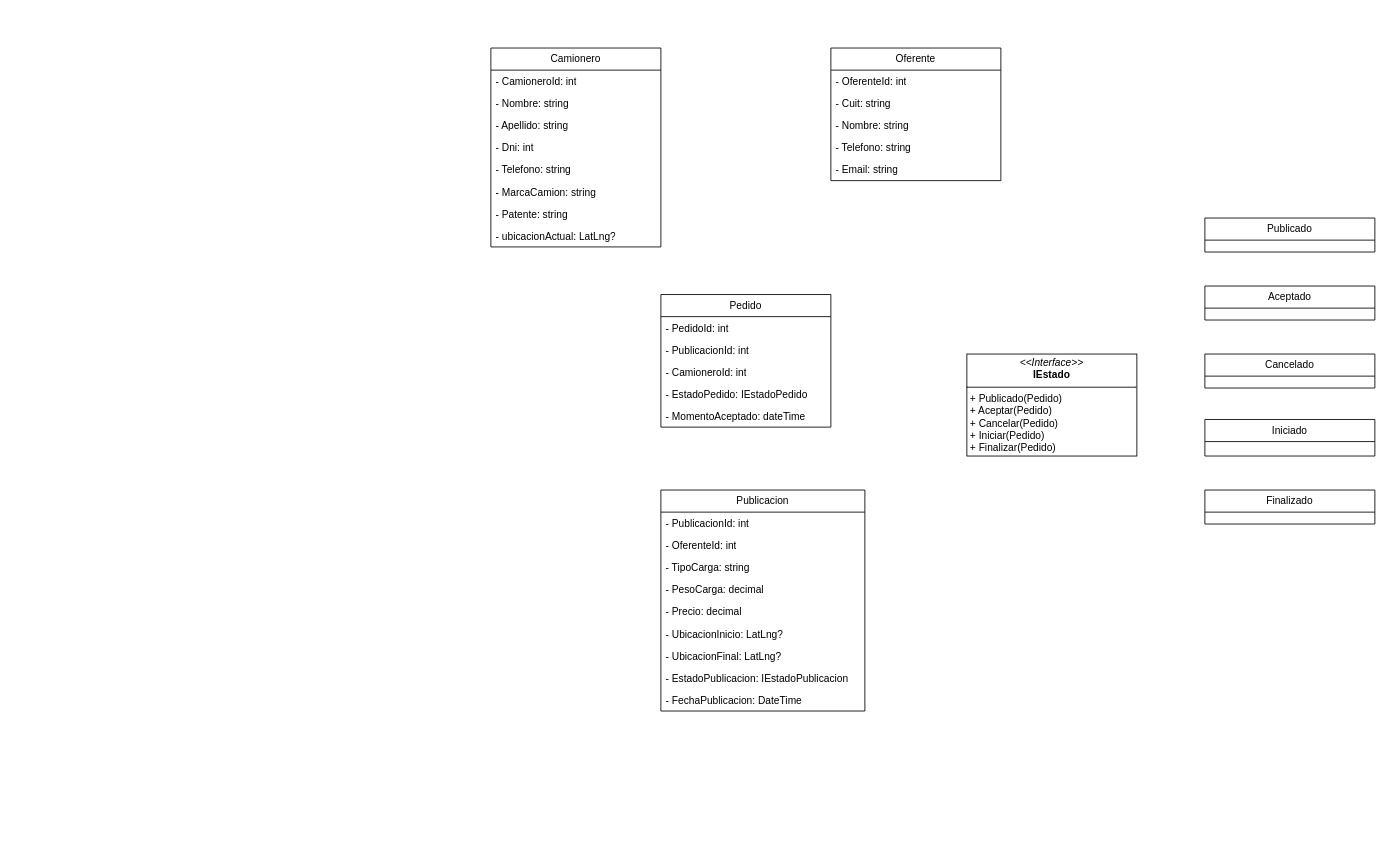
Before: CargaGO.drawio in Francisco-Galea/Diagramas-y-Otros, a draw.io diagram. Source tidied: cells renumbered, new cells numbered last; positions are measured from the earlier drawing's top-left corner, leaving out a move shared by most shapes. Both pictures are drawn from the tidied source at 85%, with x=0, y=0 at pixel (490, 48).
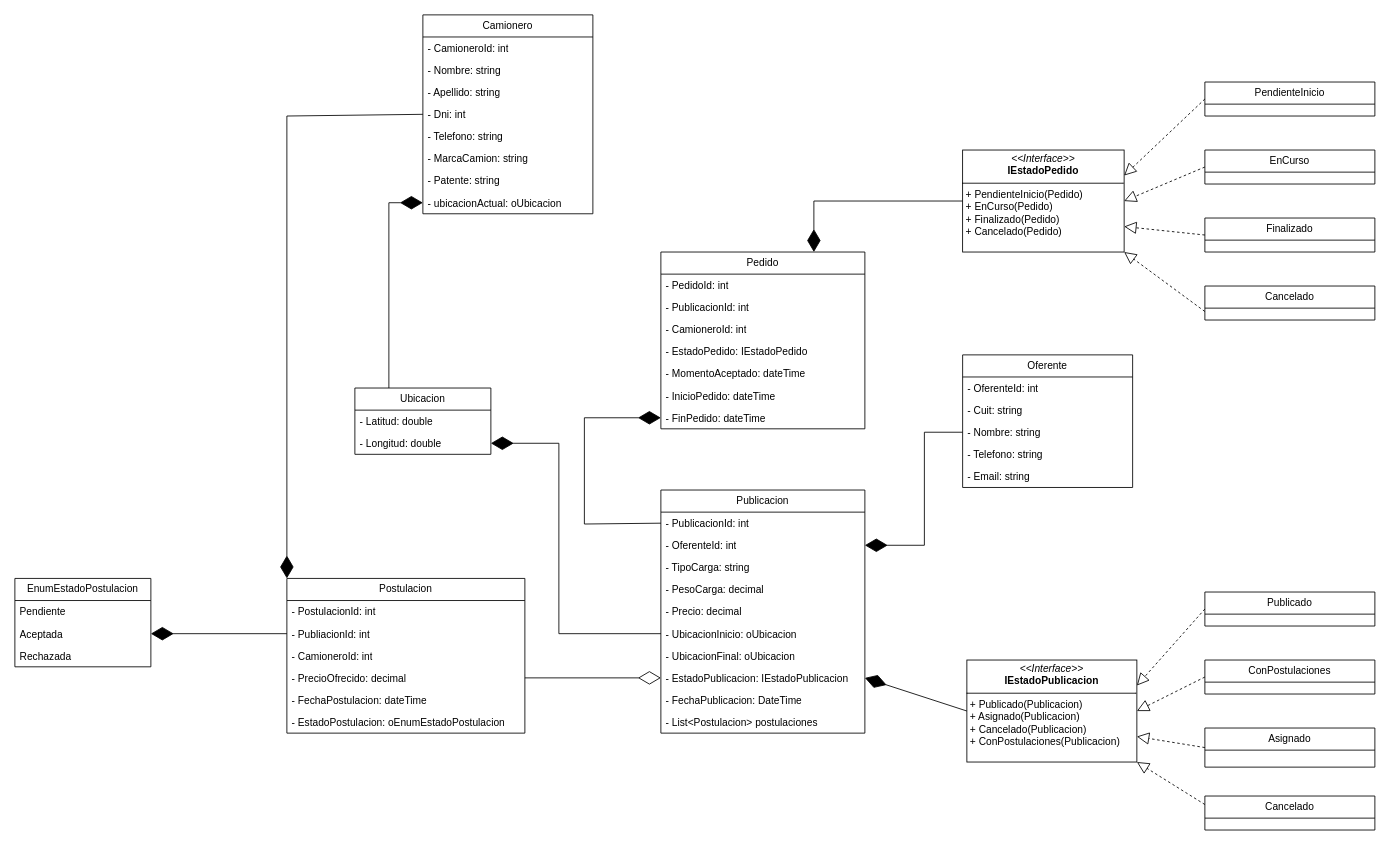
The same page after the edit.

Unchanged cells that the change refers to:
```xml
<mxCell id="6" value="- Dni: int" style="text;strokeColor=none;fillColor=none;align=left;verticalAlign=top;spacingLeft=4;spacingRight=4;overflow=hidden;points=[[0,0.5],[1,0.5]];portConstraint=eastwest;whiteSpace=wrap;html=1;" parent="2" vertex="1">
  <mxGeometry y="104" width="200" height="26" as="geometry" />
</mxCell>
<mxCell id="14" value="- Nombre: string" style="text;strokeColor=none;fillColor=none;align=left;verticalAlign=top;spacingLeft=4;spacingRight=4;overflow=hidden;points=[[0,0.5],[1,0.5]];portConstraint=eastwest;whiteSpace=wrap;html=1;" parent="11" vertex="1">
  <mxGeometry y="78" width="200" height="26" as="geometry" />
</mxCell>
<mxCell id="18" value="- PublicacionId: int" style="text;strokeColor=none;fillColor=none;align=left;verticalAlign=top;spacingLeft=4;spacingRight=4;overflow=hidden;points=[[0,0.5],[1,0.5]];portConstraint=eastwest;whiteSpace=wrap;html=1;" parent="17" vertex="1">
  <mxGeometry y="26" width="240" height="26" as="geometry" />
</mxCell>
<mxCell id="19" value="- OferenteId: int" style="text;strokeColor=none;fillColor=none;align=left;verticalAlign=top;spacingLeft=4;spacingRight=4;overflow=hidden;points=[[0,0.5],[1,0.5]];portConstraint=eastwest;whiteSpace=wrap;html=1;" parent="17" vertex="1">
  <mxGeometry y="52" width="240" height="26" as="geometry" />
</mxCell>
<mxCell id="25" value="- EstadoPublicacion: IEstadoPublicacion" style="text;strokeColor=none;fillColor=none;align=left;verticalAlign=top;spacingLeft=4;spacingRight=4;overflow=hidden;points=[[0,0.5],[1,0.5]];portConstraint=eastwest;whiteSpace=wrap;html=1;" parent="17" vertex="1">
  <mxGeometry y="208" width="240" height="26" as="geometry" />
</mxCell>
```

Diff of the diagram source:
```diff
@@
     <mxCell id="2" value="Camionero" style="swimlane;fontStyle=0;horizontal=1;startSize=26;fillColor=none;whiteSpace=wrap;html=1;" parent="1" vertex="1">
-      <mxGeometry width="200" height="234" as="geometry" />
+      <mxGeometry x="-80" y="-39" width="200" height="234" as="geometry" />
     </mxCell>
@@
-    <mxCell id="10" value="- ubicacionActual: LatLng?" style="text;strokeColor=none;fillColor=none;align=left;verticalAlign=top;spacingLeft=4;spacingRight=4;overflow=hidden;points=[[0,0.5],[1,0.5]];portConstraint=eastwest;whiteSpace=wrap;html=1;" parent="2" vertex="1">
+    <mxCell id="10" value="- ubicacionActual: oUbicacion" style="text;strokeColor=none;fillColor=none;align=left;verticalAlign=top;spacingLeft=4;spacingRight=4;overflow=hidden;points=[[0,0.5],[1,0.5]];portConstraint=eastwest;whiteSpace=wrap;html=1;" parent="2" vertex="1">
       <mxGeometry y="208" width="200" height="26" as="geometry" />
     </mxCell>
     <mxCell id="11" value="Oferente" style="swimlane;fontStyle=0;horizontal=1;startSize=26;fillColor=none;whiteSpace=wrap;html=1;" parent="1" vertex="1">
-      <mxGeometry x="400" width="200" height="156" as="geometry" />
+      <mxGeometry x="555" y="361" width="200" height="156" as="geometry" />
     </mxCell>
@@
     <mxCell id="17" value="Publicacion" style="swimlane;fontStyle=0;horizontal=1;startSize=26;fillColor=none;whiteSpace=wrap;html=1;" parent="1" vertex="1">
-      <mxGeometry x="200" y="520" width="240" height="260" as="geometry" />
+      <mxGeometry x="200" y="520" width="240" height="286" as="geometry" />
     </mxCell>
@@
-    <mxCell id="23" value="- UbicacionInicio: LatLng?" style="text;strokeColor=none;fillColor=none;align=left;verticalAlign=top;spacingLeft=4;spacingRight=4;overflow=hidden;points=[[0,0.5],[1,0.5]];portConstraint=eastwest;whiteSpace=wrap;html=1;" parent="17" vertex="1">
+    <mxCell id="23" value="- UbicacionInicio: oUbicacion" style="text;strokeColor=none;fillColor=none;align=left;verticalAlign=top;spacingLeft=4;spacingRight=4;overflow=hidden;points=[[0,0.5],[1,0.5]];portConstraint=eastwest;whiteSpace=wrap;html=1;" parent="17" vertex="1">
       <mxGeometry y="156" width="240" height="26" as="geometry" />
     </mxCell>
-    <mxCell id="24" value="- UbicacionFinal: LatLng?" style="text;strokeColor=none;fillColor=none;align=left;verticalAlign=top;spacingLeft=4;spacingRight=4;overflow=hidden;whiteSpace=wrap;html=1;" parent="17" vertex="1">
+    <mxCell id="24" value="- UbicacionFinal: oUbicacion" style="text;strokeColor=none;fillColor=none;align=left;verticalAlign=top;spacingLeft=4;spacingRight=4;overflow=hidden;whiteSpace=wrap;html=1;" parent="17" vertex="1">
       <mxGeometry y="182" width="240" height="26" as="geometry" />
     </mxCell>
@@
+    <mxCell id="39" value="- List&amp;lt;Postulacion&amp;gt; postulaciones" style="text;strokeColor=none;fillColor=none;align=left;verticalAlign=top;spacingLeft=4;spacingRight=4;overflow=hidden;whiteSpace=wrap;html=1;" parent="17" vertex="1">
+      <mxGeometry y="260" width="240" height="26" as="geometry" />
+    </mxCell>
-    <mxCell id="27" value="&lt;p style=&quot;margin:0px;margin-top:4px;text-align:center;&quot;&gt;&lt;i&gt;&amp;lt;&amp;lt;Interface&amp;gt;&amp;gt;&lt;/i&gt;&lt;br&gt;&lt;b&gt;IEstado&lt;/b&gt;&lt;/p&gt;&lt;hr size=&quot;1&quot; style=&quot;border-style:solid;&quot;&gt;&lt;p style=&quot;margin:0px;margin-left:4px;&quot;&gt;+ Publicado(Pedido)&lt;br&gt;&lt;/p&gt;&lt;p style=&quot;margin:0px;margin-left:4px;&quot;&gt;+ Aceptar(Pedido)&lt;/p&gt;&lt;p style=&quot;margin:0px;margin-left:4px;&quot;&gt;+ Cancelar(Pedido)&lt;/p&gt;&lt;p style=&quot;margin:0px;margin-left:4px;&quot;&gt;+ Iniciar(Pedido)&lt;/p&gt;&lt;p style=&quot;margin:0px;margin-left:4px;&quot;&gt;+ Finalizar(Pedido)&lt;/p&gt;&lt;p style=&quot;margin:0px;margin-left:4px;&quot;&gt;&lt;br&gt;&lt;/p&gt;" style="verticalAlign=top;align=left;overflow=fill;html=1;whiteSpace=wrap;" parent="1" vertex="1">
-      <mxGeometry x="560" y="360" width="200" height="120" as="geometry" />
+    <mxCell id="27" value="&lt;p style=&quot;margin:0px;margin-top:4px;text-align:center;&quot;&gt;&lt;i&gt;&amp;lt;&amp;lt;Interface&amp;gt;&amp;gt;&lt;/i&gt;&lt;br&gt;&lt;b&gt;IEstadoPublicacion&lt;/b&gt;&lt;/p&gt;&lt;hr size=&quot;1&quot; style=&quot;border-style:solid;&quot;&gt;&lt;p style=&quot;margin:0px;margin-left:4px;&quot;&gt;+ Publicado(Publicacion)&lt;br&gt;&lt;/p&gt;&lt;p style=&quot;margin:0px;margin-left:4px;&quot;&gt;+ Asignado(Publicacion)&lt;/p&gt;&lt;p style=&quot;margin:0px;margin-left:4px;&quot;&gt;+ Cancelado(Publicacion)&lt;/p&gt;&lt;p style=&quot;margin:0px;margin-left:4px;&quot;&gt;+ ConPostulaciones(Publicacion)&lt;/p&gt;&lt;p style=&quot;margin:0px;margin-left:4px;&quot;&gt;&lt;br&gt;&lt;/p&gt;" style="verticalAlign=top;align=left;overflow=fill;html=1;whiteSpace=wrap;" parent="1" vertex="1">
+      <mxGeometry x="560" y="720" width="200" height="120" as="geometry" />
     </mxCell>
     <mxCell id="28" value="Publicado" style="swimlane;fontStyle=0;horizontal=1;startSize=26;fillColor=none;whiteSpace=wrap;html=1;" parent="1" vertex="1">
-      <mxGeometry x="840" y="200" width="200" height="40" as="geometry" />
+      <mxGeometry x="840" y="640" width="200" height="40" as="geometry" />
     </mxCell>
-    <mxCell id="29" value="Aceptado" style="swimlane;fontStyle=0;horizontal=1;startSize=26;fillColor=none;whiteSpace=wrap;html=1;" parent="1" vertex="1">
-      <mxGeometry x="840" y="280" width="200" height="40" as="geometry" />
-    </mxCell>
     <mxCell id="30" value="Cancelado" style="swimlane;fontStyle=0;horizontal=1;startSize=26;fillColor=none;whiteSpace=wrap;html=1;" parent="1" vertex="1">
-      <mxGeometry x="840" y="360" width="200" height="40" as="geometry" />
+      <mxGeometry x="840" y="880" width="200" height="40" as="geometry" />
     </mxCell>
-    <mxCell id="31" value="Iniciado" style="swimlane;fontStyle=0;horizontal=1;startSize=26;fillColor=none;whiteSpace=wrap;html=1;" parent="1" vertex="1">
-      <mxGeometry x="840" y="437" width="200" height="43" as="geometry" />
-    </mxCell>
-    <mxCell id="32" value="Finalizado" style="swimlane;fontStyle=0;horizontal=1;startSize=26;fillColor=none;whiteSpace=wrap;html=1;" parent="1" vertex="1">
-      <mxGeometry x="840" y="520" width="200" height="40" as="geometry" />
-    </mxCell>
     <mxCell id="33" value="Pedido" style="swimlane;fontStyle=0;horizontal=1;startSize=26;fillColor=none;whiteSpace=wrap;html=1;" parent="1" vertex="1">
-      <mxGeometry x="200" y="290" width="200" height="156" as="geometry" />
+      <mxGeometry x="200" y="240" width="240" height="208" as="geometry" />
     </mxCell>
     <mxCell id="34" value="- PedidoId: int" style="text;strokeColor=none;fillColor=none;align=left;verticalAlign=top;spacingLeft=4;spacingRight=4;overflow=hidden;whiteSpace=wrap;html=1;" parent="33" vertex="1">
-      <mxGeometry y="26" width="200" height="26" as="geometry" />
+      <mxGeometry y="26" width="240" height="26" as="geometry" />
     </mxCell>
     <mxCell id="35" value="- PublicacionId: int" style="text;strokeColor=none;fillColor=none;align=left;verticalAlign=top;spacingLeft=4;spacingRight=4;overflow=hidden;whiteSpace=wrap;html=1;" parent="33" vertex="1">
-      <mxGeometry y="52" width="200" height="26" as="geometry" />
+      <mxGeometry y="52" width="240" height="26" as="geometry" />
     </mxCell>
     <mxCell id="36" value="- CamioneroId: int" style="text;strokeColor=none;fillColor=none;align=left;verticalAlign=top;spacingLeft=4;spacingRight=4;overflow=hidden;whiteSpace=wrap;html=1;" parent="33" vertex="1">
-      <mxGeometry y="78" width="200" height="26" as="geometry" />
+      <mxGeometry y="78" width="240" height="26" as="geometry" />
     </mxCell>
     <mxCell id="37" value="- EstadoPedido: IEstadoPedido" style="text;strokeColor=none;fillColor=none;align=left;verticalAlign=top;spacingLeft=4;spacingRight=4;overflow=hidden;whiteSpace=wrap;html=1;" parent="33" vertex="1">
-      <mxGeometry y="104" width="200" height="26" as="geometry" />
+      <mxGeometry y="104" width="240" height="26" as="geometry" />
     </mxCell>
     <mxCell id="38" value="- MomentoAceptado: dateTime" style="text;strokeColor=none;fillColor=none;align=left;verticalAlign=top;spacingLeft=4;spacingRight=4;overflow=hidden;whiteSpace=wrap;html=1;" parent="33" vertex="1">
-      <mxGeometry y="130" width="200" height="26" as="geometry" />
+      <mxGeometry y="130" width="240" height="26" as="geometry" />
     </mxCell>
+    <mxCell id="40" value="- InicioPedido: dateTime" style="text;strokeColor=none;fillColor=none;align=left;verticalAlign=top;spacingLeft=4;spacingRight=4;overflow=hidden;whiteSpace=wrap;html=1;" parent="33" vertex="1">
+      <mxGeometry y="156" width="240" height="26" as="geometry" />
+    </mxCell>
+    <mxCell id="41" value="- FinPedido: dateTime" style="text;strokeColor=none;fillColor=none;align=left;verticalAlign=top;spacingLeft=4;spacingRight=4;overflow=hidden;points=[[0,0.5],[1,0.5]];portConstraint=eastwest;whiteSpace=wrap;html=1;" parent="33" vertex="1">
+      <mxGeometry y="182" width="240" height="26" as="geometry" />
+    </mxCell>
+    <mxCell id="42" value="Postulacion" style="swimlane;fontStyle=0;horizontal=1;startSize=26;fillColor=none;whiteSpace=wrap;html=1;" parent="1" vertex="1">
+      <mxGeometry x="-240" y="624" width="280" height="182" as="geometry" />
+    </mxCell>
+    <mxCell id="43" value="- PostulacionId: int" style="text;strokeColor=none;fillColor=none;align=left;verticalAlign=top;spacingLeft=4;spacingRight=4;overflow=hidden;whiteSpace=wrap;html=1;" parent="42" vertex="1">
+      <mxGeometry y="26" width="280" height="26" as="geometry" />
+    </mxCell>
+    <mxCell id="44" value="- PubliacionId: int" style="text;strokeColor=none;fillColor=none;align=left;verticalAlign=top;spacingLeft=4;spacingRight=4;overflow=hidden;points=[[0,0.5],[1,0.5]];portConstraint=eastwest;whiteSpace=wrap;html=1;" parent="42" vertex="1">
+      <mxGeometry y="52" width="280" height="26" as="geometry" />
+    </mxCell>
+    <mxCell id="45" value="- CamioneroId: int" style="text;strokeColor=none;fillColor=none;align=left;verticalAlign=top;spacingLeft=4;spacingRight=4;overflow=hidden;whiteSpace=wrap;html=1;" parent="42" vertex="1">
+      <mxGeometry y="78" width="280" height="26" as="geometry" />
+    </mxCell>
+    <mxCell id="46" value="- PrecioOfrecido: decimal" style="text;strokeColor=none;fillColor=none;align=left;verticalAlign=top;spacingLeft=4;spacingRight=4;overflow=hidden;points=[[0,0.5],[1,0.5]];portConstraint=eastwest;whiteSpace=wrap;html=1;" parent="42" vertex="1">
+      <mxGeometry y="104" width="280" height="26" as="geometry" />
+    </mxCell>
+    <mxCell id="47" value="- FechaPostulacion: dateTime" style="text;strokeColor=none;fillColor=none;align=left;verticalAlign=top;spacingLeft=4;spacingRight=4;overflow=hidden;whiteSpace=wrap;html=1;" parent="42" vertex="1">
+      <mxGeometry y="130" width="280" height="26" as="geometry" />
+    </mxCell>
+    <mxCell id="48" value="- EstadoPostulacion: oEnumEstadoPostulacion" style="text;strokeColor=none;fillColor=none;align=left;verticalAlign=top;spacingLeft=4;spacingRight=4;overflow=hidden;whiteSpace=wrap;html=1;" parent="42" vertex="1">
+      <mxGeometry y="156" width="280" height="26" as="geometry" />
+    </mxCell>
+    <mxCell id="49" value="Ubicacion" style="swimlane;fontStyle=0;horizontal=1;startSize=26;fillColor=none;whiteSpace=wrap;html=1;" parent="1" vertex="1">
+      <mxGeometry x="-160" y="400" width="160" height="78" as="geometry" />
+    </mxCell>
+    <mxCell id="50" value="- Latitud: double" style="text;strokeColor=none;fillColor=none;align=left;verticalAlign=top;spacingLeft=4;spacingRight=4;overflow=hidden;whiteSpace=wrap;html=1;" parent="49" vertex="1">
+      <mxGeometry y="26" width="160" height="26" as="geometry" />
+    </mxCell>
+    <mxCell id="51" value="- Longitud: double" style="text;strokeColor=none;fillColor=none;align=left;verticalAlign=top;spacingLeft=4;spacingRight=4;overflow=hidden;points=[[0,0.5],[1,0.5]];portConstraint=eastwest;whiteSpace=wrap;html=1;" parent="49" vertex="1">
+      <mxGeometry y="52" width="160" height="26" as="geometry" />
+    </mxCell>
+    <mxCell id="52" value="ConPostulaciones" style="swimlane;fontStyle=0;horizontal=1;startSize=26;fillColor=none;whiteSpace=wrap;html=1;" parent="1" vertex="1">
+      <mxGeometry x="840" y="720" width="200" height="40" as="geometry" />
+    </mxCell>
+    <mxCell id="53" value="Asignado" style="swimlane;fontStyle=0;horizontal=1;startSize=26;fillColor=none;whiteSpace=wrap;html=1;" parent="1" vertex="1">
+      <mxGeometry x="840" y="800" width="200" height="46" as="geometry" />
+    </mxCell>
+    <mxCell id="54" value="&lt;p style=&quot;margin:0px;margin-top:4px;text-align:center;&quot;&gt;&lt;i&gt;&amp;lt;&amp;lt;Interface&amp;gt;&amp;gt;&lt;/i&gt;&lt;br&gt;&lt;b&gt;IEstadoPedido&lt;/b&gt;&lt;/p&gt;&lt;hr size=&quot;1&quot; style=&quot;border-style:solid;&quot;&gt;&lt;p style=&quot;margin:0px;margin-left:4px;&quot;&gt;+ PendienteInicio(Pedido)&lt;/p&gt;&lt;p style=&quot;margin:0px;margin-left:4px;&quot;&gt;+ EnCurso(Pedido)&lt;/p&gt;&lt;p style=&quot;margin:0px;margin-left:4px;&quot;&gt;+ Finalizado(Pedido)&lt;/p&gt;&lt;p style=&quot;margin:0px;margin-left:4px;&quot;&gt;+ Cancelado(Pedido)&lt;/p&gt;" style="verticalAlign=top;align=left;overflow=fill;html=1;whiteSpace=wrap;" parent="1" vertex="1">
+      <mxGeometry x="555" y="120" width="190" height="120" as="geometry" />
+    </mxCell>
+    <mxCell id="55" value="EnCurso" style="swimlane;fontStyle=0;horizontal=1;startSize=26;fillColor=none;whiteSpace=wrap;html=1;" parent="1" vertex="1">
+      <mxGeometry x="840" y="120" width="200" height="40" as="geometry" />
+    </mxCell>
+    <mxCell id="56" value="PendienteInicio" style="swimlane;fontStyle=0;horizontal=1;startSize=26;fillColor=none;whiteSpace=wrap;html=1;" parent="1" vertex="1">
+      <mxGeometry x="840" y="40" width="200" height="40" as="geometry" />
+    </mxCell>
+    <mxCell id="32" value="Finalizado" style="swimlane;fontStyle=0;horizontal=1;startSize=26;fillColor=none;whiteSpace=wrap;html=1;" parent="1" vertex="1">
+      <mxGeometry x="840" y="200" width="200" height="40" as="geometry" />
+    </mxCell>
+    <mxCell id="57" value="Cancelado" style="swimlane;fontStyle=0;horizontal=1;startSize=26;fillColor=none;whiteSpace=wrap;html=1;" parent="1" vertex="1">
+      <mxGeometry x="840" y="280" width="200" height="40" as="geometry" />
+    </mxCell>
+    <mxCell id="58" value="EnumEstadoPostulacion" style="swimlane;fontStyle=0;horizontal=1;startSize=26;fillColor=none;whiteSpace=wrap;html=1;" parent="1" vertex="1">
+      <mxGeometry x="-560" y="624" width="160" height="104" as="geometry" />
+    </mxCell>
+    <mxCell id="59" value="Pendiente" style="text;strokeColor=none;fillColor=none;align=left;verticalAlign=top;spacingLeft=4;spacingRight=4;overflow=hidden;whiteSpace=wrap;html=1;" parent="58" vertex="1">
+      <mxGeometry y="26" width="160" height="26" as="geometry" />
+    </mxCell>
+    <mxCell id="60" value="Aceptada" style="text;strokeColor=none;fillColor=none;align=left;verticalAlign=top;spacingLeft=4;spacingRight=4;overflow=hidden;points=[[0,0.5],[1,0.5]];portConstraint=eastwest;whiteSpace=wrap;html=1;" parent="58" vertex="1">
+      <mxGeometry y="52" width="160" height="26" as="geometry" />
+    </mxCell>
+    <mxCell id="61" value="Rechazada" style="text;strokeColor=none;fillColor=none;align=left;verticalAlign=top;spacingLeft=4;spacingRight=4;overflow=hidden;whiteSpace=wrap;html=1;" parent="58" vertex="1">
+      <mxGeometry y="78" width="160" height="26" as="geometry" />
+    </mxCell>
+    <mxCell id="62" style="endArrow=diamondThin;endFill=1;endSize=24;html=1;rounded=0;entryX=1;entryY=0.5;entryDx=0;entryDy=0;exitX=0;exitY=0.5;exitDx=0;exitDy=0;" parent="1" edge="1" source="44" target="60">
+      <mxGeometry relative="1" as="geometry" />
+    </mxCell>
+    <mxCell id="63" style="endArrow=diamondThin;endFill=0;endSize=24;html=1;rounded=0;entryX=0;entryY=0.5;entryDx=0;entryDy=0;exitX=1;exitY=0.5;exitDx=0;exitDy=0;" parent="1" edge="1" source="46" target="25">
+      <mxGeometry relative="1" as="geometry" />
+    </mxCell>
+    <mxCell id="64" style="endArrow=diamondThin;endFill=1;endSize=24;html=1;rounded=0;entryX=0;entryY=0.5;entryDx=0;entryDy=0;exitX=0;exitY=0.5;exitDx=0;exitDy=0;" parent="1" edge="1" source="18" target="41">
+      <mxGeometry relative="1" as="geometry">
+        <Array as="points">
+          <mxPoint x="110" y="560" />
+          <mxPoint x="110" y="435" />
+        </Array>
+      </mxGeometry>
+    </mxCell>
+    <mxCell id="65" style="endArrow=diamondThin;endFill=1;endSize=24;html=1;rounded=0;entryX=0.75;entryY=0;entryDx=0;entryDy=0;exitX=0;exitY=0.5;exitDx=0;exitDy=0;" parent="1" edge="1" source="54" target="33">
+      <mxGeometry relative="1" as="geometry">
+        <Array as="points">
+          <mxPoint x="380" y="180" />
+        </Array>
+      </mxGeometry>
+    </mxCell>
+    <mxCell id="66" style="endArrow=block;dashed=1;endFill=0;endSize=12;html=1;rounded=0;entryX=1;entryY=0.25;entryDx=0;entryDy=0;exitX=0;exitY=0.5;exitDx=0;exitDy=0;" parent="1" edge="1" source="56" target="54">
+      <mxGeometry relative="1" as="geometry" />
+    </mxCell>
+    <mxCell id="67" style="endArrow=block;dashed=1;endFill=0;endSize=12;html=1;rounded=0;entryX=1;entryY=0.5;entryDx=0;entryDy=0;exitX=0;exitY=0.5;exitDx=0;exitDy=0;" parent="1" edge="1" source="55" target="54">
+      <mxGeometry relative="1" as="geometry" />
+    </mxCell>
+    <mxCell id="68" style="endArrow=block;dashed=1;endFill=0;endSize=12;html=1;rounded=0;entryX=1;entryY=0.75;entryDx=0;entryDy=0;exitX=0;exitY=0.5;exitDx=0;exitDy=0;" parent="1" edge="1" source="32" target="54">
+      <mxGeometry relative="1" as="geometry" />
+    </mxCell>
+    <mxCell id="69" style="endArrow=block;dashed=1;endFill=0;endSize=12;html=1;rounded=0;exitX=0;exitY=0.75;exitDx=0;exitDy=0;entryX=1;entryY=1;entryDx=0;entryDy=0;" parent="1" edge="1" source="57" target="54">
+      <mxGeometry relative="1" as="geometry" />
+    </mxCell>
+    <mxCell id="70" style="endArrow=diamondThin;endFill=1;endSize=24;html=1;rounded=0;entryX=1;entryY=0.5;entryDx=0;entryDy=0;exitX=0;exitY=0.5;exitDx=0;exitDy=0;" parent="1" edge="1" source="27" target="25">
+      <mxGeometry relative="1" as="geometry" />
+    </mxCell>
+    <mxCell id="71" style="endArrow=block;dashed=1;endFill=0;endSize=12;html=1;rounded=0;exitX=0;exitY=0.25;exitDx=0;exitDy=0;entryX=1;entryY=1;entryDx=0;entryDy=0;" parent="1" edge="1" source="30" target="27">
+      <mxGeometry relative="1" as="geometry" />
+    </mxCell>
+    <mxCell id="72" style="endArrow=block;dashed=1;endFill=0;endSize=12;html=1;rounded=0;exitX=0;exitY=0.5;exitDx=0;exitDy=0;entryX=1;entryY=0.75;entryDx=0;entryDy=0;" parent="1" edge="1" source="53" target="27">
+      <mxGeometry relative="1" as="geometry" />
+    </mxCell>
+    <mxCell id="73" style="endArrow=block;dashed=1;endFill=0;endSize=12;html=1;rounded=0;exitX=0;exitY=0.5;exitDx=0;exitDy=0;entryX=1;entryY=0.5;entryDx=0;entryDy=0;" parent="1" edge="1" source="52" target="27">
+      <mxGeometry relative="1" as="geometry" />
+    </mxCell>
+    <mxCell id="74" style="endArrow=block;dashed=1;endFill=0;endSize=12;html=1;rounded=0;exitX=0;exitY=0.5;exitDx=0;exitDy=0;entryX=1;entryY=0.25;entryDx=0;entryDy=0;" parent="1" edge="1" source="28" target="27">
+      <mxGeometry relative="1" as="geometry" />
+    </mxCell>
+    <mxCell id="75" style="endArrow=diamondThin;endFill=1;endSize=24;html=1;rounded=0;entryX=1;entryY=0.5;entryDx=0;entryDy=0;exitX=0;exitY=0.5;exitDx=0;exitDy=0;" parent="1" edge="1" source="23" target="51">
+      <mxGeometry relative="1" as="geometry">
+        <Array as="points">
+          <mxPoint x="80" y="689" />
+          <mxPoint x="80" y="465" />
+        </Array>
+      </mxGeometry>
+    </mxCell>
+    <mxCell id="76" style="endArrow=diamondThin;endFill=1;endSize=24;html=1;rounded=0;entryX=0;entryY=0.5;entryDx=0;entryDy=0;exitX=0.25;exitY=0;exitDx=0;exitDy=0;" parent="1" edge="1" source="49" target="10">
+      <mxGeometry relative="1" as="geometry">
+        <Array as="points">
+          <mxPoint x="-120" y="182" />
+        </Array>
+      </mxGeometry>
+    </mxCell>
+    <mxCell id="77" style="endArrow=diamondThin;endFill=1;endSize=24;html=1;rounded=0;entryX=1;entryY=0.5;entryDx=0;entryDy=0;exitX=0;exitY=0.5;exitDx=0;exitDy=0;" parent="1" edge="1" source="14" target="19">
+      <mxGeometry relative="1" as="geometry">
+        <Array as="points">
+          <mxPoint x="510" y="452" />
+          <mxPoint x="510" y="585" />
+        </Array>
+      </mxGeometry>
+    </mxCell>
+    <mxCell id="78" style="endArrow=diamondThin;endFill=1;endSize=24;html=1;rounded=0;entryX=0;entryY=0;entryDx=0;entryDy=0;exitX=0;exitY=0.5;exitDx=0;exitDy=0;" parent="1" edge="1" source="6" target="42">
+      <mxGeometry relative="1" as="geometry">
+        <Array as="points">
+          <mxPoint x="-240" y="80" />
+        </Array>
+      </mxGeometry>
+    </mxCell>
```
